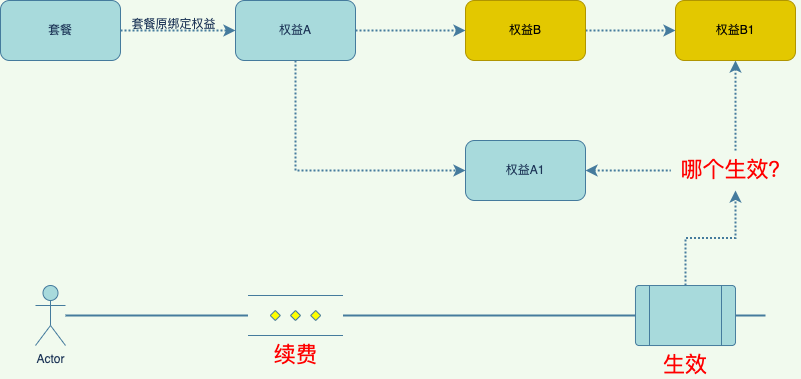
This is 套餐权益获取.png from 845642761/diagram, a draw.io export, as it was before one commit. Source tidied: cells renumbered, new cells last; positions are measured from the earlier drawing's top-left corner, leaving out a move shared by most shapes.
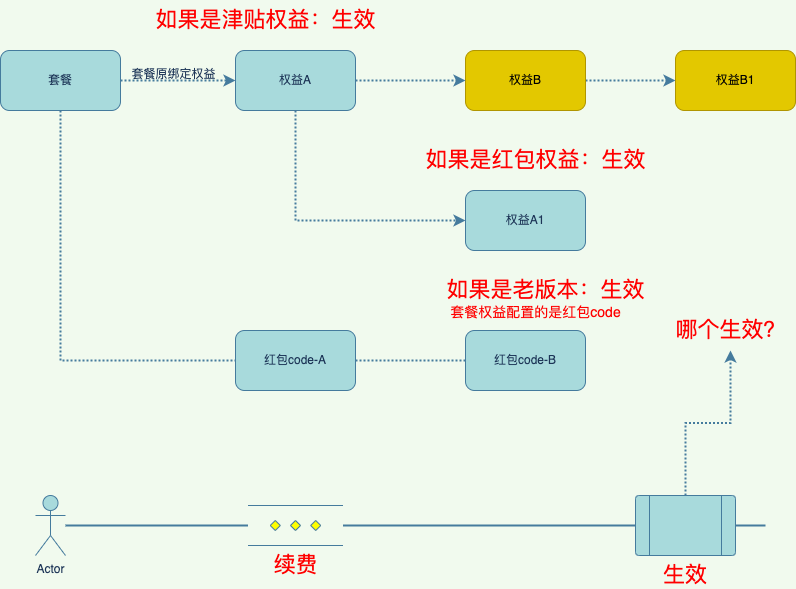
The same file after the commit.

Commit message:
更新套餐权益获取.png

Diff of the diagram source:
```diff
@@ -25,46 +25,67 @@
         <mxPoint x="-26" y="-8" as="offset" />
       </mxGeometry>
     </mxCell>
+    <mxCell id="22" style="edgeStyle=orthogonalEdgeStyle;rounded=0;jettySize=auto;html=1;dashed=1;dashPattern=1 1;strokeColor=#457B9D;strokeWidth=2;fontSize=14;fontColor=#FF0000;startArrow=none;startFill=0;endArrow=none;endFill=0;fillColor=#A8DADC;exitX=0.5;exitY=1;exitDx=0;exitDy=0;entryX=0;entryY=0.5;entryDx=0;entryDy=0;" parent="1" edge="1" source="9" target="26">
+      <mxGeometry relative="1" as="geometry" />
+    </mxCell>
     <mxCell id="9" value="套餐" style="rounded=1;whiteSpace=wrap;html=1;strokeColor=#457B9D;fontColor=#1D3557;fillColor=#A8DADC;" parent="1" vertex="1">
       <mxGeometry width="120" height="60" as="geometry" />
     </mxCell>
-    <mxCell id="10" style="edgeStyle=orthogonalEdgeStyle;rounded=0;jettySize=auto;html=1;dashed=1;dashPattern=1 1;strokeColor=#457B9D;strokeWidth=2;fontSize=22;fontColor=#FF0000;endArrow=none;endFill=0;fillColor=#A8DADC;startArrow=classic;startFill=1;" parent="1" edge="1" source="11" target="19">
-      <mxGeometry relative="1" as="geometry" />
-    </mxCell>
     <mxCell id="11" value="权益A1" style="rounded=1;whiteSpace=wrap;html=1;strokeColor=#457B9D;fontColor=#1D3557;fillColor=#A8DADC;shadow=0;" parent="1" vertex="1">
       <mxGeometry x="465" y="140" width="120" height="60" as="geometry" />
     </mxCell>
-    <mxCell id="12" style="edgeStyle=orthogonalEdgeStyle;rounded=0;jettySize=auto;html=1;dashed=1;dashPattern=1 1;strokeColor=#457B9D;strokeWidth=2;fontSize=22;fontColor=#FF0000;endArrow=none;endFill=0;fillColor=#A8DADC;startArrow=classic;startFill=1;" parent="1" edge="1" source="13" target="19">
-      <mxGeometry relative="1" as="geometry" />
-    </mxCell>
     <mxCell id="13" value="权益B1" style="whiteSpace=wrap;html=1;fillColor=#e3c800;strokeColor=#B09500;rounded=1;fontColor=#000000;" parent="1" vertex="1">
       <mxGeometry x="675" width="120" height="60" as="geometry" />
     </mxCell>
     <mxCell id="14" value="Actor" style="shape=umlActor;verticalLabelPosition=bottom;verticalAlign=top;html=1;outlineConnect=0;strokeColor=#457B9D;fontColor=#1D3557;fillColor=#A8DADC;" parent="1" vertex="1">
-      <mxGeometry x="35" y="285" width="30" height="60" as="geometry" />
+      <mxGeometry x="35" y="445" width="30" height="60" as="geometry" />
     </mxCell>
     <mxCell id="15" value="续费" style="verticalLabelPosition=bottom;verticalAlign=top;html=1;shape=mxgraph.flowchart.parallel_mode;shadow=0;labelBackgroundColor=none;strokeColor=#457B9D;fontSize=22;fontColor=#FF0000;fillColor=#A8DADC;" parent="1" vertex="1">
-      <mxGeometry x="247.5" y="295" width="95" height="40" as="geometry" />
+      <mxGeometry x="247.5" y="455" width="95" height="40" as="geometry" />
     </mxCell>
     <mxCell id="16" style="edgeStyle=orthogonalEdgeStyle;rounded=0;jettySize=auto;html=1;strokeColor=#457B9D;strokeWidth=2;fontSize=22;fontColor=#FF0000;fillColor=#A8DADC;endArrow=none;" parent="1" edge="1" source="14" target="15">
       <mxGeometry relative="1" as="geometry" />
     </mxCell>
     <mxCell id="17" style="edgeStyle=orthogonalEdgeStyle;rounded=0;jettySize=auto;html=1;strokeColor=#457B9D;strokeWidth=2;fontSize=22;fontColor=#FF0000;fillColor=#A8DADC;startArrow=none;endArrow=none;" parent="1" edge="1" source="20">
       <mxGeometry relative="1" as="geometry">
-        <mxPoint x="765" y="315" as="targetPoint" />
+        <mxPoint x="765" y="475" as="targetPoint" />
       </mxGeometry>
     </mxCell>
     <mxCell id="18" style="edgeStyle=orthogonalEdgeStyle;rounded=0;jettySize=auto;html=1;dashed=1;dashPattern=1 1;strokeColor=#457B9D;strokeWidth=2;fontSize=22;fontColor=#FF0000;endArrow=classic;endFill=1;fillColor=#A8DADC;exitX=0.5;exitY=0;exitDx=0;exitDy=0;" parent="1" edge="1" source="20" target="19">
       <mxGeometry relative="1" as="geometry" />
     </mxCell>
     <mxCell id="19" value="哪个生效？" style="text;html=1;align=center;verticalAlign=middle;points=[];strokeColor=none;fillColor=none;fontSize=22;fontColor=#FF0000;" parent="1" vertex="1">
-      <mxGeometry x="670" y="150" width="130" height="40" as="geometry" />
+      <mxGeometry x="665" y="260" width="130" height="40" as="geometry" />
     </mxCell>
     <mxCell id="20" value="生效" style="verticalLabelPosition=bottom;verticalAlign=top;html=1;shape=process;whiteSpace=wrap;rounded=1;size=0.14;arcSize=6;shadow=0;labelBackgroundColor=none;strokeColor=#457B9D;fontSize=22;fontColor=#FF0000;fillColor=#A8DADC;" parent="1" vertex="1">
-      <mxGeometry x="635" y="285" width="100" height="60" as="geometry" />
+      <mxGeometry x="635" y="445" width="100" height="60" as="geometry" />
     </mxCell>
     <mxCell id="21" style="edgeStyle=orthogonalEdgeStyle;rounded=0;jettySize=auto;html=1;strokeColor=#457B9D;strokeWidth=2;fontSize=22;fontColor=#FF0000;fillColor=#A8DADC;startArrow=none;endArrow=none;" parent="1" edge="1" source="15" target="20">
       <mxGeometry relative="1" as="geometry" />
     </mxCell>
+    <mxCell id="23" value="如果是津贴权益：生效" style="text;html=1;align=center;verticalAlign=middle;strokeColor=none;fillColor=none;fontSize=22;fontColor=#FF0000;" parent="1" vertex="1">
+      <mxGeometry x="145" y="-50" width="240" height="40" as="geometry" />
+    </mxCell>
+    <mxCell id="24" value="如果是红包权益：生效" style="text;html=1;align=center;verticalAlign=middle;strokeColor=none;fillColor=none;fontSize=22;fontColor=#FF0000;" parent="1" vertex="1">
+      <mxGeometry x="415" y="90" width="240" height="40" as="geometry" />
+    </mxCell>
+    <mxCell id="25" style="edgeStyle=orthogonalEdgeStyle;rounded=0;jettySize=auto;html=1;entryX=0;entryY=0.5;entryDx=0;entryDy=0;dashed=1;dashPattern=1 1;strokeColor=#457B9D;strokeWidth=2;fontSize=14;fontColor=#FF0000;startArrow=none;startFill=0;endArrow=none;endFill=0;fillColor=#A8DADC;" parent="1" edge="1" source="26" target="27">
+      <mxGeometry relative="1" as="geometry" />
+    </mxCell>
+    <mxCell id="26" value="红包code-A" style="rounded=1;whiteSpace=wrap;html=1;strokeColor=#457B9D;fontColor=#1D3557;fillColor=#A8DADC;" parent="1" vertex="1">
+      <mxGeometry x="235" y="280" width="120" height="60" as="geometry" />
+    </mxCell>
+    <mxCell id="27" value="红包code-B" style="rounded=1;whiteSpace=wrap;html=1;strokeColor=#457B9D;fontColor=#1D3557;fillColor=#A8DADC;" parent="1" vertex="1">
+      <mxGeometry x="465" y="280" width="120" height="60" as="geometry" />
+    </mxCell>
+    <mxCell id="28" style="group;" parent="1" vertex="1">
+      <mxGeometry x="435" y="220" width="220" height="60" as="geometry" />
+    </mxCell>
+    <mxCell id="29" value="如果是老版本：生效" style="text;html=1;align=center;verticalAlign=middle;strokeColor=none;fillColor=none;fontSize=22;fontColor=#FF0000;" parent="28" vertex="1">
+      <mxGeometry width="220" height="40" as="geometry" />
+    </mxCell>
+    <mxCell id="30" value="&lt;font style=&quot;font-size: 14px;&quot;&gt;套餐权益配置的是红包code&lt;/font&gt;" style="text;html=1;align=center;verticalAlign=middle;strokeColor=none;fillColor=none;fontSize=22;fontColor=#FF0000;" parent="28" vertex="1">
+      <mxGeometry x="5" y="20" width="190" height="40" as="geometry" />
+    </mxCell>
   </root>
 </mxGraphModel>
```
